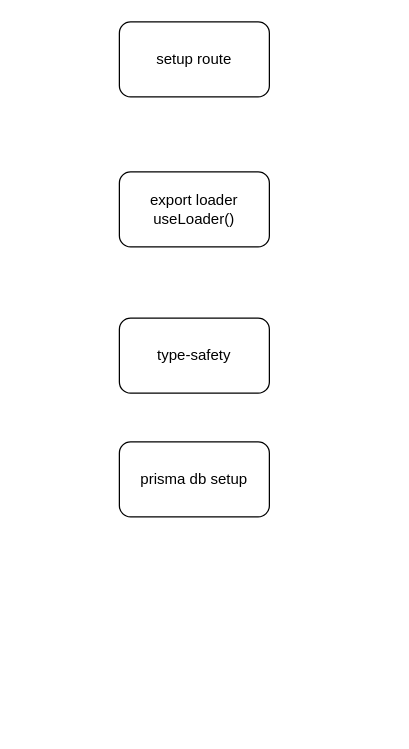
The draw.io diagram remix.drawio in appsparkler/draw.io, before the edit. Source tidied: cells renumbered, new cells numbered last; positions are measured from the earlier drawing's top-left corner, leaving out a move shared by most shapes. Both pictures are drawn from the tidied source at 125%, with x=0, y=0 at pixel (119, 21).
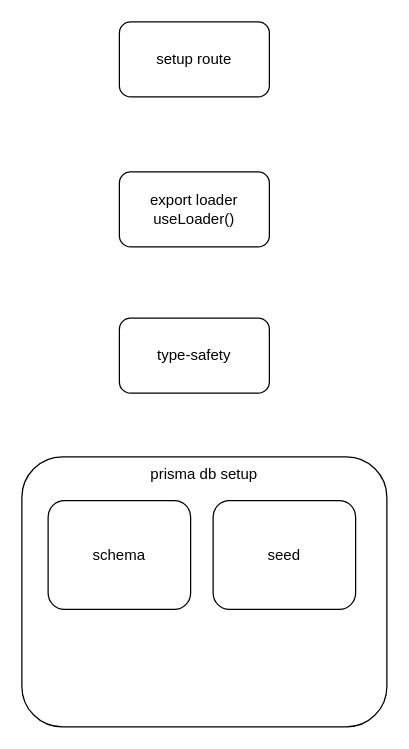
After the change.

Diff of the diagram source:
```diff
@@
 <mxGraphModel>
   <root>
     <mxCell id="0" />
     <mxCell id="1" parent="0" />
     <mxCell id="2" value="setup route" style="rounded=1;whiteSpace=wrap;html=1;" parent="1" vertex="1">
       <mxGeometry width="120" height="60" as="geometry" />
     </mxCell>
     <mxCell id="3" value="export loader&lt;br&gt;useLoader()" style="rounded=1;whiteSpace=wrap;html=1;" parent="1" vertex="1">
       <mxGeometry y="120" width="120" height="60" as="geometry" />
     </mxCell>
     <mxCell id="4" value="type-safety" style="rounded=1;whiteSpace=wrap;html=1;" parent="1" vertex="1">
       <mxGeometry y="237" width="120" height="60" as="geometry" />
     </mxCell>
-    <mxCell id="5" value="prisma db setup" style="rounded=1;whiteSpace=wrap;html=1;" parent="1" vertex="1">
-      <mxGeometry y="336" width="120" height="60" as="geometry" />
+    <mxCell id="5" value="prisma db setup" style="rounded=1;whiteSpace=wrap;html=1;verticalAlign=top;" parent="1" vertex="1">
+      <mxGeometry x="-78" y="348" width="292" height="216" as="geometry" />
     </mxCell>
+    <mxCell id="6" value="schema" style="rounded=1;whiteSpace=wrap;html=1;" parent="1" vertex="1">
+      <mxGeometry x="-57" y="383" width="114" height="87" as="geometry" />
+    </mxCell>
+    <mxCell id="7" value="seed" style="rounded=1;whiteSpace=wrap;html=1;" parent="1" vertex="1">
+      <mxGeometry x="75" y="383" width="114" height="87" as="geometry" />
+    </mxCell>
   </root>
 </mxGraphModel>
```
